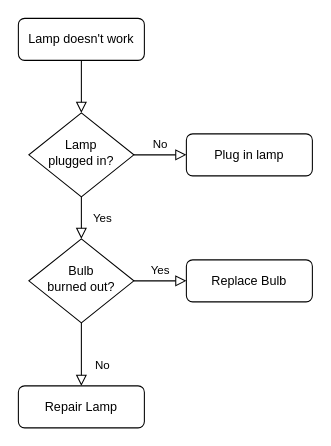
LazarevaDarya/work5 keeps this draw.io diagram as PyCharm/Untitled Diagram.drawio. Above is the earlier version. Source tidied: cells renumbered, new cells numbered last; positions are measured from the earlier drawing's top-left corner, leaving out a move shared by most shapes. Both pictures are drawn from the tidied source at 105%, with x=0, y=0 at pixel (18, 18).
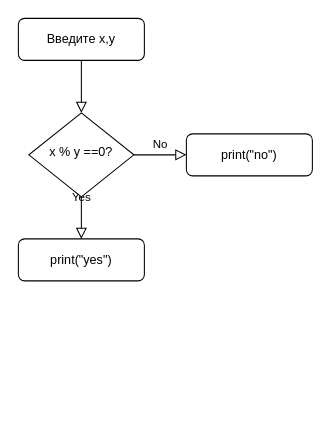
Above is the later version.

Diff of the diagram source:
```diff
@@
 <mxGraphModel>
   <root>
     <mxCell id="0" />
     <mxCell id="1" parent="0" />
     <mxCell id="2" style="rounded=0;html=1;jettySize=auto;fontSize=11;endArrow=block;endFill=0;endSize=8;strokeWidth=1;shadow=0;labelBackgroundColor=none;edgeStyle=orthogonalEdgeStyle;" parent="1" edge="1" source="3" target="6">
       <mxGeometry relative="1" as="geometry" />
     </mxCell>
-    <mxCell id="3" value="Lamp doesn't work" style="rounded=1;whiteSpace=wrap;html=1;fontSize=12;glass=0;strokeWidth=1;shadow=0;" parent="1" vertex="1">
+    <mxCell id="3" value="Введите х,у" style="rounded=1;whiteSpace=wrap;html=1;fontSize=12;glass=0;strokeWidth=1;shadow=0;" parent="1" vertex="1">
       <mxGeometry width="120" height="40" as="geometry" />
     </mxCell>
-    <mxCell id="4" value="Yes" style="rounded=0;html=1;jettySize=auto;fontSize=11;endArrow=block;endFill=0;endSize=8;strokeWidth=1;shadow=0;labelBackgroundColor=none;edgeStyle=orthogonalEdgeStyle;" parent="1" edge="1" source="6" target="10">
-      <mxGeometry y="20" relative="1" as="geometry" />
+    <mxCell id="4" value="Yes" style="rounded=0;html=1;jettySize=auto;fontSize=11;endArrow=block;endFill=0;endSize=8;strokeWidth=1;shadow=0;labelBackgroundColor=none;edgeStyle=orthogonalEdgeStyle;" parent="1" edge="1" source="6">
+      <mxGeometry y="20" relative="1" as="geometry">
+        <mxPoint x="60" y="210" as="targetPoint" />
+      </mxGeometry>
     </mxCell>
     <mxCell id="5" value="No" style="edgeStyle=orthogonalEdgeStyle;rounded=0;html=1;jettySize=auto;fontSize=11;endArrow=block;endFill=0;endSize=8;strokeWidth=1;shadow=0;labelBackgroundColor=none;" parent="1" edge="1" source="6" target="7">
       <mxGeometry y="10" relative="1" as="geometry" />
     </mxCell>
-    <mxCell id="6" value="Lamp&lt;br&gt;plugged in?" style="rhombus;whiteSpace=wrap;html=1;shadow=0;fontFamily=Helvetica;fontSize=12;align=center;strokeWidth=1;spacing=6;spacingTop=-4;" parent="1" vertex="1">
+    <mxCell id="6" value="x % y ==0?" style="rhombus;whiteSpace=wrap;html=1;shadow=0;fontFamily=Helvetica;fontSize=12;align=center;strokeWidth=1;spacing=6;spacingTop=-4;" parent="1" vertex="1">
       <mxGeometry x="10" y="90" width="100" height="80" as="geometry" />
     </mxCell>
-    <mxCell id="7" value="Plug in lamp" style="rounded=1;whiteSpace=wrap;html=1;fontSize=12;glass=0;strokeWidth=1;shadow=0;" parent="1" vertex="1">
+    <mxCell id="7" value="print(&quot;no&quot;)" style="rounded=1;whiteSpace=wrap;html=1;fontSize=12;glass=0;strokeWidth=1;shadow=0;" parent="1" vertex="1">
       <mxGeometry x="160" y="110" width="120" height="40" as="geometry" />
     </mxCell>
-    <mxCell id="8" value="No" style="rounded=0;html=1;jettySize=auto;fontSize=11;endArrow=block;endFill=0;endSize=8;strokeWidth=1;shadow=0;labelBackgroundColor=none;edgeStyle=orthogonalEdgeStyle;" parent="1" edge="1" source="10" target="11">
-      <mxGeometry x="0.33" y="20" relative="1" as="geometry" />
-    </mxCell>
-    <mxCell id="9" value="Yes" style="edgeStyle=orthogonalEdgeStyle;rounded=0;html=1;jettySize=auto;fontSize=11;endArrow=block;endFill=0;endSize=8;strokeWidth=1;shadow=0;labelBackgroundColor=none;" parent="1" edge="1" source="10" target="12">
-      <mxGeometry y="10" relative="1" as="geometry" />
-    </mxCell>
-    <mxCell id="10" value="Bulb&lt;br&gt;burned out?" style="rhombus;whiteSpace=wrap;html=1;shadow=0;fontFamily=Helvetica;fontSize=12;align=center;strokeWidth=1;spacing=6;spacingTop=-4;" parent="1" vertex="1">
-      <mxGeometry x="10" y="210" width="100" height="80" as="geometry" />
-    </mxCell>
-    <mxCell id="11" value="Repair Lamp" style="rounded=1;whiteSpace=wrap;html=1;fontSize=12;glass=0;strokeWidth=1;shadow=0;" parent="1" vertex="1">
-      <mxGeometry y="350" width="120" height="40" as="geometry" />
+    <mxCell id="11" value="print(&quot;yes&quot;)" style="rounded=1;whiteSpace=wrap;html=1;fontSize=12;glass=0;strokeWidth=1;shadow=0;" parent="1" vertex="1">
+      <mxGeometry y="210" width="120" height="40" as="geometry" />
     </mxCell>
-    <mxCell id="12" value="Replace Bulb" style="rounded=1;whiteSpace=wrap;html=1;fontSize=12;glass=0;strokeWidth=1;shadow=0;" parent="1" vertex="1">
-      <mxGeometry x="160" y="230" width="120" height="40" as="geometry" />
-    </mxCell>
   </root>
 </mxGraphModel>
```
